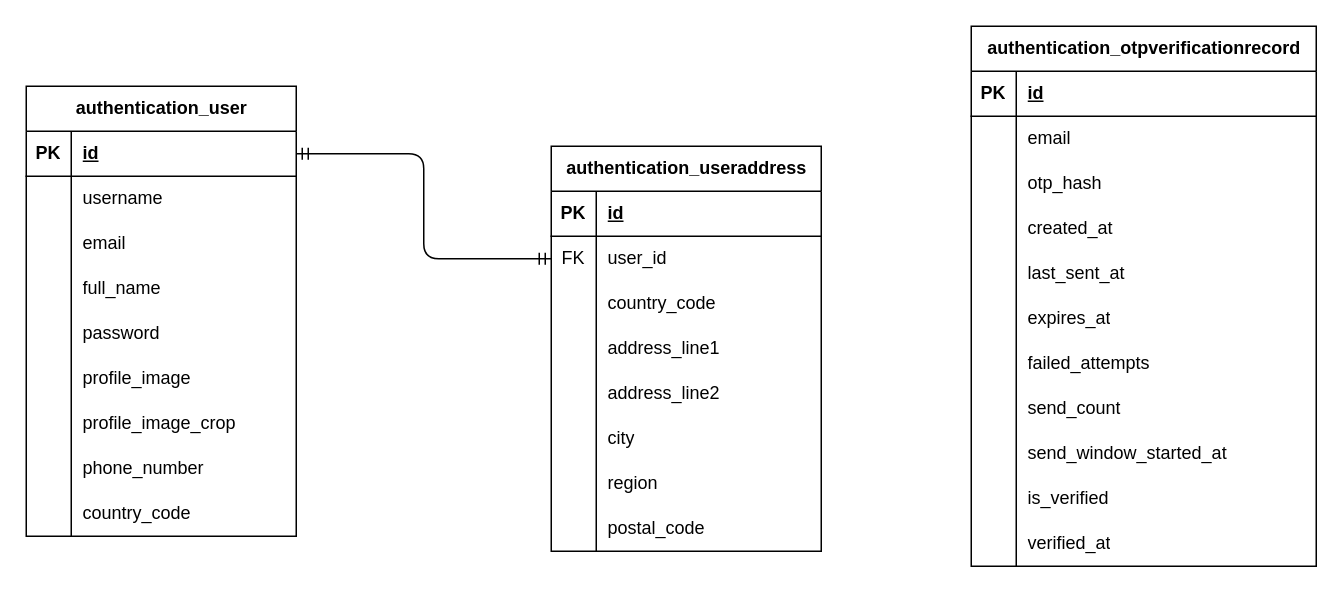
This is page "Authentication" (4 of 10) of diagrams/erd/e-commerce-entity-relationship-diagram.drawio from RHILIUS/E-Commerce-Docs, a draw.io file, before an edit. Source tidied: cells renumbered, new cells numbered last; positions are measured from the earlier drawing's top-left corner, leaving out a move shared by most shapes. Both pictures are drawn from the tidied source at 150%, with x=0, y=0 at pixel (26, 26).
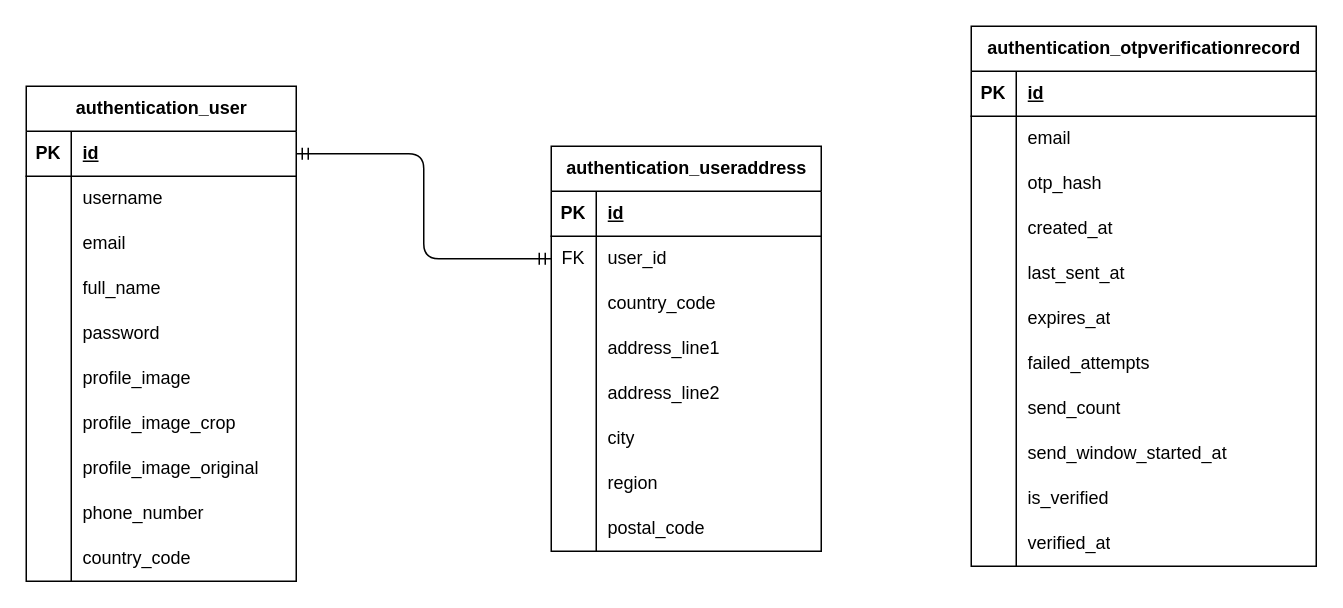
After the change.

Commit message:
ERD: add profile_image_original field on authentication_user entity

Diff of the diagram source:
```diff
@@
     <mxCell id="36" value="&lt;font style=&quot;color: rgb(0, 0, 0);&quot;&gt;authentication_user&lt;/font&gt;" style="shape=table;startSize=30;childLayout=tableLayout;rowLines=0;fontStyle=1;align=center;html=1;" parent="1" vertex="1">
-      <mxGeometry y="40" width="180" height="300" as="geometry" />
+      <mxGeometry y="40" width="180" height="330" as="geometry" />
     </mxCell>
@@
+    <mxCell id="90" style="shape=tableRow;horizontal=0;startSize=0;swimlaneHead=0;swimlaneBody=0;fillColor=none;top=0;left=0;right=0;bottom=0;" parent="36" vertex="1">
+      <mxGeometry y="240" width="180" height="30" as="geometry" />
+    </mxCell>
+    <mxCell id="91" style="shape=partialRectangle;fillColor=none;top=0;left=0;bottom=0;right=0;overflow=hidden;whiteSpace=wrap;html=1;" parent="90" vertex="1">
+      <mxGeometry width="30" height="30" as="geometry" />
+    </mxCell>
+    <mxCell id="92" value="profile_image_original" style="shape=partialRectangle;fillColor=none;top=0;left=0;bottom=0;right=0;align=left;spacingLeft=6;overflow=hidden;whiteSpace=wrap;html=1;" parent="90" vertex="1">
+      <mxGeometry x="30" width="150" height="30" as="geometry" />
+    </mxCell>
     <mxCell id="58" style="shape=tableRow;horizontal=0;startSize=0;swimlaneHead=0;swimlaneBody=0;fillColor=none;top=0;left=0;right=0;bottom=0;" parent="36" vertex="1">
-      <mxGeometry y="240" width="180" height="30" as="geometry" />
+      <mxGeometry y="270" width="180" height="30" as="geometry" />
     </mxCell>
@@
     <mxCell id="61" style="shape=tableRow;horizontal=0;startSize=0;swimlaneHead=0;swimlaneBody=0;fillColor=none;top=0;left=0;right=0;bottom=0;" parent="36" vertex="1">
-      <mxGeometry y="270" width="180" height="30" as="geometry" />
+      <mxGeometry y="300" width="180" height="30" as="geometry" />
     </mxCell>
```
